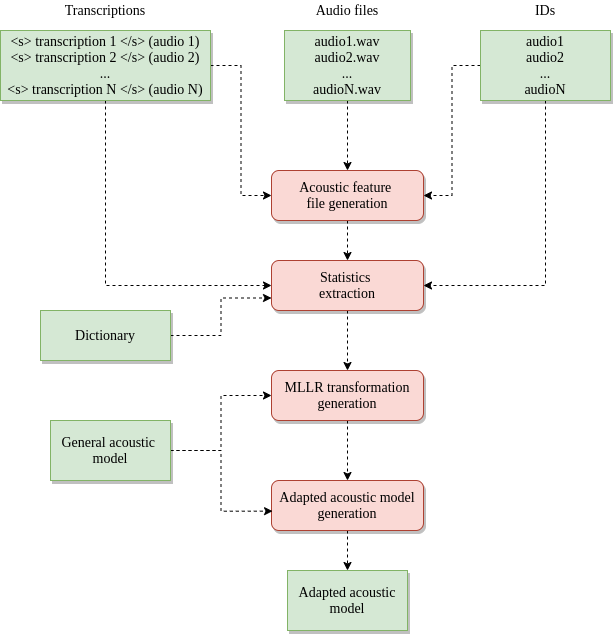
Before: acoustic_adaptation/acoustic_adaptation.png, a diagram exported from draw.io (PanosAntoniadis/personalized_asr). Source tidied: cells renumbered, new cells last; positions are measured from the earlier drawing's top-left corner, leaving out a move shared by most shapes.
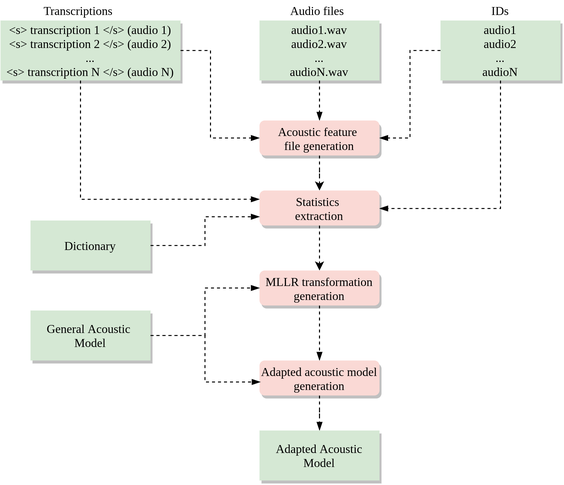
After the change.

What changed in the source:
```diff
@@ -2,88 +2,94 @@
   <root>
     <mxCell id="0" />
     <mxCell id="1" parent="0" />
-    <mxCell id="2" style="edgeStyle=orthogonalEdgeStyle;rounded=0;jettySize=auto;html=1;entryX=0;entryY=0.5;entryDx=0;entryDy=0;dashed=1;fontFamily=Verdana;fontSize=14;" parent="1" edge="1" source="4" target="14">
-      <mxGeometry relative="1" as="geometry" />
+    <mxCell id="2" style="edgeStyle=orthogonalEdgeStyle;rounded=0;jettySize=auto;html=1;entryX=0;entryY=0.5;entryDx=0;entryDy=0;dashed=1;fontFamily=Helvetica;fontSize=10;endArrow=blockThin;endFill=1;" parent="1" edge="1" source="4" target="14">
+      <mxGeometry relative="1" as="geometry">
+        <Array as="points">
+          <mxPoint x="145" y="30" />
+          <mxPoint x="145" y="118" />
+        </Array>
+      </mxGeometry>
     </mxCell>
-    <mxCell id="3" style="edgeStyle=orthogonalEdgeStyle;rounded=0;jettySize=auto;html=1;entryX=0;entryY=0.5;entryDx=0;entryDy=0;dashed=1;fontFamily=Verdana;fontSize=14;" parent="1" edge="1" source="4" target="16">
+    <mxCell id="3" style="edgeStyle=orthogonalEdgeStyle;rounded=0;jettySize=auto;html=1;entryX=0;entryY=0.25;entryDx=0;entryDy=0;dashed=1;fontFamily=Helvetica;fontSize=10;endArrow=blockThin;endFill=1;" parent="1" edge="1" source="4" target="16">
       <mxGeometry relative="1" as="geometry">
         <Array as="points">
-          <mxPoint x="105" y="285" />
+          <mxPoint x="15" y="179" />
         </Array>
       </mxGeometry>
     </mxCell>
-    <mxCell id="4" value="&amp;lt;s&amp;gt; transcription 1 &amp;lt;/s&amp;gt; (audio 1)&lt;br style=&quot;font-size: 14px;&quot;&gt;&amp;lt;s&amp;gt; transcription 2 &amp;lt;/s&amp;gt; (audio 2)&lt;br style=&quot;font-size: 14px;&quot;&gt;...&lt;br style=&quot;font-size: 14px;&quot;&gt;&amp;lt;s&amp;gt; transcription N &amp;lt;/s&amp;gt; (audio N)" style="rounded=0;whiteSpace=wrap;html=1;fillColor=#d5e8d4;strokeColor=#82b366;shadow=1;fontFamily=Verdana;fontSize=14;" parent="1" vertex="1">
-      <mxGeometry y="30" width="210" height="70" as="geometry" />
+    <mxCell id="4" value="&amp;lt;s&amp;gt; transcription 1 &amp;lt;/s&amp;gt; (audio 1)&lt;br style=&quot;font-size: 12px;&quot;&gt;&amp;lt;s&amp;gt; transcription 2 &amp;lt;/s&amp;gt; (audio 2)&lt;br style=&quot;font-size: 12px;&quot;&gt;...&lt;br style=&quot;font-size: 12px;&quot;&gt;&amp;lt;s&amp;gt; transcription N &amp;lt;/s&amp;gt; (audio N)" style="rounded=0;whiteSpace=wrap;html=1;fillColor=#d5e8d4;shadow=1;fontFamily=Times New Roman;fontSize=12;strokeColor=none;" parent="1" vertex="1">
+      <mxGeometry x="-65" width="180" height="60" as="geometry" />
     </mxCell>
-    <mxCell id="5" style="rounded=0;jettySize=auto;html=1;fontFamily=Verdana;fontSize=14;verticalAlign=middle;dashed=1;edgeStyle=orthogonalEdgeStyle;" parent="1" edge="1" source="6" target="14">
+    <mxCell id="5" style="rounded=0;jettySize=auto;html=1;fontFamily=Helvetica;fontSize=10;verticalAlign=middle;dashed=1;edgeStyle=orthogonalEdgeStyle;endArrow=blockThin;endFill=1;" parent="1" edge="1" source="6" target="14">
       <mxGeometry relative="1" as="geometry" />
     </mxCell>
-    <mxCell id="6" value="audio1.wav&lt;br style=&quot;font-size: 14px;&quot;&gt;audio2.wav&lt;br style=&quot;font-size: 14px;&quot;&gt;...&lt;br style=&quot;font-size: 14px;&quot;&gt;audioN.wav" style="rounded=0;whiteSpace=wrap;html=1;shadow=1;fillColor=#d5e8d4;fontFamily=Verdana;fontSize=14;strokeColor=#82b366;" parent="1" vertex="1">
-      <mxGeometry x="284" y="30" width="126" height="70" as="geometry" />
+    <mxCell id="6" value="audio1.wav&lt;br style=&quot;font-size: 12px;&quot;&gt;audio2.wav&lt;br style=&quot;font-size: 12px;&quot;&gt;...&lt;br style=&quot;font-size: 12px;&quot;&gt;audioN.wav" style="rounded=0;whiteSpace=wrap;html=1;shadow=1;fillColor=#d5e8d4;fontFamily=Times New Roman;fontSize=12;strokeColor=none;" parent="1" vertex="1">
+      <mxGeometry x="194" width="120" height="60" as="geometry" />
     </mxCell>
-    <mxCell id="7" style="edgeStyle=orthogonalEdgeStyle;rounded=0;jettySize=auto;html=1;entryX=1;entryY=0.5;entryDx=0;entryDy=0;dashed=1;fontFamily=Verdana;fontSize=14;" parent="1" edge="1" source="9" target="14">
+    <mxCell id="7" style="edgeStyle=orthogonalEdgeStyle;rounded=0;jettySize=auto;html=1;entryX=1;entryY=0.5;entryDx=0;entryDy=0;dashed=1;fontFamily=Helvetica;fontSize=10;endArrow=blockThin;endFill=1;" parent="1" edge="1" source="9" target="14">
       <mxGeometry relative="1" as="geometry" />
     </mxCell>
-    <mxCell id="8" style="edgeStyle=orthogonalEdgeStyle;rounded=0;jettySize=auto;html=1;entryX=1;entryY=0.5;entryDx=0;entryDy=0;dashed=1;fontFamily=Verdana;fontSize=14;" parent="1" edge="1" source="9" target="16">
+    <mxCell id="8" style="edgeStyle=orthogonalEdgeStyle;rounded=0;jettySize=auto;html=1;entryX=1;entryY=0.5;entryDx=0;entryDy=0;dashed=1;fontFamily=Helvetica;fontSize=10;endArrow=blockThin;endFill=1;" parent="1" edge="1" source="9" target="16">
       <mxGeometry relative="1" as="geometry">
         <Array as="points">
-          <mxPoint x="545" y="285" />
+          <mxPoint x="435" y="188" />
+          <mxPoint x="314" y="188" />
         </Array>
       </mxGeometry>
     </mxCell>
-    <mxCell id="9" value="audio1&lt;br style=&quot;font-size: 14px;&quot;&gt;audio2&lt;br style=&quot;font-size: 14px;&quot;&gt;...&lt;br style=&quot;font-size: 14px;&quot;&gt;audioN" style="rounded=0;whiteSpace=wrap;html=1;shadow=1;fillColor=#d5e8d4;fontFamily=Verdana;fontSize=14;strokeColor=#82b366;" parent="1" vertex="1">
-      <mxGeometry x="480" y="30" width="130" height="70" as="geometry" />
+    <mxCell id="9" value="audio1&lt;br style=&quot;font-size: 12px;&quot;&gt;audio2&lt;br style=&quot;font-size: 12px;&quot;&gt;...&lt;br style=&quot;font-size: 12px;&quot;&gt;audioN" style="rounded=0;whiteSpace=wrap;html=1;shadow=1;fillColor=#d5e8d4;fontFamily=Times New Roman;fontSize=12;strokeColor=none;" parent="1" vertex="1">
+      <mxGeometry x="375" width="120" height="60" as="geometry" />
     </mxCell>
-    <mxCell id="10" value="Transcriptions" style="text;html=1;strokeColor=none;fillColor=none;align=center;verticalAlign=middle;whiteSpace=wrap;rounded=0;shadow=1;fontFamily=Verdana;fontSize=14;" parent="1" vertex="1">
-      <mxGeometry x="50" width="110" height="20" as="geometry" />
+    <mxCell id="10" value="Transcriptions" style="text;html=1;strokeColor=none;fillColor=none;align=center;verticalAlign=middle;whiteSpace=wrap;rounded=0;shadow=1;fontFamily=Times New Roman;fontSize=12;" parent="1" vertex="1">
+      <mxGeometry x="-42" y="-20" width="110" height="20" as="geometry" />
     </mxCell>
-    <mxCell id="11" value="Audio files" style="text;html=1;strokeColor=none;fillColor=none;align=center;verticalAlign=middle;whiteSpace=wrap;rounded=0;shadow=1;fontFamily=Verdana;fontSize=14;" parent="1" vertex="1">
-      <mxGeometry x="292" width="110" height="20" as="geometry" />
+    <mxCell id="11" value="Audio files" style="text;html=1;strokeColor=none;fillColor=none;align=center;verticalAlign=middle;whiteSpace=wrap;rounded=0;shadow=1;fontFamily=Times New Roman;fontSize=12;" parent="1" vertex="1">
+      <mxGeometry x="197" y="-20" width="110" height="20" as="geometry" />
     </mxCell>
-    <mxCell id="12" value="IDs" style="text;html=1;strokeColor=none;fillColor=none;align=center;verticalAlign=middle;whiteSpace=wrap;rounded=0;shadow=1;fontFamily=Verdana;fontSize=14;" parent="1" vertex="1">
-      <mxGeometry x="490" width="110" height="20" as="geometry" />
+    <mxCell id="12" value="IDs" style="text;html=1;strokeColor=none;fillColor=none;align=center;verticalAlign=middle;whiteSpace=wrap;rounded=0;shadow=1;fontFamily=Times New Roman;fontSize=12;" parent="1" vertex="1">
+      <mxGeometry x="380" y="-20" width="110" height="20" as="geometry" />
     </mxCell>
-    <mxCell id="13" style="edgeStyle=orthogonalEdgeStyle;rounded=0;jettySize=auto;html=1;entryX=0.5;entryY=0;entryDx=0;entryDy=0;dashed=1;fontFamily=Verdana;fontSize=14;" parent="1" edge="1" source="14" target="16">
+    <mxCell id="13" style="edgeStyle=orthogonalEdgeStyle;rounded=0;jettySize=auto;html=1;entryX=0.5;entryY=0;entryDx=0;entryDy=0;dashed=1;fontFamily=Helvetica;fontSize=10;" parent="1" edge="1" source="14" target="16">
       <mxGeometry relative="1" as="geometry" />
     </mxCell>
-    <mxCell id="14" value="Acoustic feature &lt;br style=&quot;font-size: 14px;&quot;&gt;file generation" style="rounded=1;whiteSpace=wrap;html=1;shadow=1;fillColor=#fad9d5;fontFamily=Verdana;fontSize=14;strokeColor=#ae4132;" parent="1" vertex="1">
-      <mxGeometry x="271" y="170" width="152" height="50" as="geometry" />
+    <mxCell id="14" value="Acoustic feature &lt;br style=&quot;font-size: 12px;&quot;&gt;file generation" style="rounded=1;whiteSpace=wrap;html=1;shadow=1;fillColor=#fad9d5;fontFamily=Times New Roman;fontSize=12;strokeColor=none;" parent="1" vertex="1">
+      <mxGeometry x="194" y="100" width="120" height="35" as="geometry" />
     </mxCell>
-    <mxCell id="15" style="edgeStyle=orthogonalEdgeStyle;rounded=0;jettySize=auto;html=1;entryX=0.5;entryY=0;entryDx=0;entryDy=0;dashed=1;fontFamily=Verdana;fontSize=14;" parent="1" edge="1" source="16" target="18">
+    <mxCell id="15" style="edgeStyle=orthogonalEdgeStyle;rounded=0;jettySize=auto;html=1;entryX=0.5;entryY=0;entryDx=0;entryDy=0;dashed=1;fontFamily=Helvetica;fontSize=10;" parent="1" edge="1" source="16" target="18">
       <mxGeometry relative="1" as="geometry" />
     </mxCell>
-    <mxCell id="16" value="Statistics &lt;br style=&quot;font-size: 14px;&quot;&gt;extraction" style="rounded=1;whiteSpace=wrap;html=1;shadow=1;fillColor=#fad9d5;fontFamily=Verdana;fontSize=14;strokeColor=#ae4132;" parent="1" vertex="1">
-      <mxGeometry x="271" y="260" width="152" height="50" as="geometry" />
+    <mxCell id="16" value="Statistics &lt;br style=&quot;font-size: 12px;&quot;&gt;extraction" style="rounded=1;whiteSpace=wrap;html=1;shadow=1;fillColor=#fad9d5;fontFamily=Times New Roman;fontSize=12;strokeColor=none;" parent="1" vertex="1">
+      <mxGeometry x="194" y="170" width="120" height="35" as="geometry" />
     </mxCell>
-    <mxCell id="17" style="edgeStyle=orthogonalEdgeStyle;rounded=0;jettySize=auto;html=1;dashed=1;fontFamily=Verdana;fontSize=14;" parent="1" edge="1" source="18" target="20">
+    <mxCell id="17" style="edgeStyle=orthogonalEdgeStyle;rounded=0;jettySize=auto;html=1;dashed=1;fontFamily=Helvetica;fontSize=10;endArrow=blockThin;endFill=1;" parent="1" edge="1" source="18" target="20">
       <mxGeometry relative="1" as="geometry" />
     </mxCell>
-    <mxCell id="18" value="MLLR transformation generation" style="rounded=1;whiteSpace=wrap;html=1;shadow=1;fillColor=#fad9d5;fontFamily=Verdana;fontSize=14;strokeColor=#ae4132;" parent="1" vertex="1">
-      <mxGeometry x="271" y="370" width="152" height="50" as="geometry" />
+    <mxCell id="18" value="MLLR transformation generation" style="rounded=1;whiteSpace=wrap;html=1;shadow=1;fillColor=#fad9d5;fontFamily=Times New Roman;fontSize=12;strokeColor=none;" parent="1" vertex="1">
+      <mxGeometry x="194" y="250" width="120" height="35" as="geometry" />
     </mxCell>
-    <mxCell id="19" style="edgeStyle=orthogonalEdgeStyle;rounded=0;jettySize=auto;html=1;dashed=1;fontFamily=Verdana;fontSize=14;" parent="1" edge="1" source="20" target="26">
-      <mxGeometry relative="1" as="geometry" />
-    </mxCell>
+    <mxCell id="27" style="edgeStyle=orthogonalEdgeStyle;rounded=0;jettySize=auto;html=1;dashed=1;fontFamily=Helvetica;fontSize=10;endArrow=blockThin;endFill=1;" parent="1" edge="1" source="20" target="31">
+      <mxGeometry relative="1" as="geometry" />
+    </mxCell>
-    <mxCell id="20" value="Adapted acoustic model generation" style="rounded=1;whiteSpace=wrap;html=1;shadow=1;fillColor=#fad9d5;fontFamily=Verdana;fontSize=14;strokeColor=#ae4132;" parent="1" vertex="1">
-      <mxGeometry x="271" y="480" width="152" height="50" as="geometry" />
+    <mxCell id="20" value="Adapted acoustic model generation" style="rounded=1;whiteSpace=wrap;html=1;shadow=1;fillColor=#fad9d5;fontFamily=Times New Roman;fontSize=12;strokeColor=none;" parent="1" vertex="1">
+      <mxGeometry x="194" y="340" width="120" height="35" as="geometry" />
     </mxCell>
-    <mxCell id="21" style="edgeStyle=orthogonalEdgeStyle;rounded=0;jettySize=auto;html=1;entryX=0;entryY=0.75;entryDx=0;entryDy=0;dashed=1;fontFamily=Verdana;fontSize=14;" parent="1" edge="1" source="22" target="16">
+    <mxCell id="21" style="edgeStyle=orthogonalEdgeStyle;rounded=0;jettySize=auto;html=1;entryX=0;entryY=0.75;entryDx=0;entryDy=0;dashed=1;fontFamily=Helvetica;fontSize=10;endArrow=blockThin;endFill=1;" parent="1" edge="1" source="22" target="16">
       <mxGeometry relative="1" as="geometry" />
     </mxCell>
-    <mxCell id="22" value="Dictionary" style="rounded=0;whiteSpace=wrap;html=1;shadow=1;fillColor=#d5e8d4;fontFamily=Verdana;fontSize=14;strokeColor=#82b366;" parent="1" vertex="1">
-      <mxGeometry x="40" y="310" width="130" height="50" as="geometry" />
+    <mxCell id="22" value="Dictionary" style="rounded=0;whiteSpace=wrap;html=1;shadow=1;fillColor=#d5e8d4;fontFamily=Times New Roman;fontSize=12;strokeColor=none;" parent="1" vertex="1">
+      <mxGeometry x="-35" y="200" width="120" height="50" as="geometry" />
     </mxCell>
-    <mxCell id="23" style="edgeStyle=orthogonalEdgeStyle;rounded=0;jettySize=auto;html=1;entryX=0;entryY=0.5;entryDx=0;entryDy=0;dashed=1;fontFamily=Verdana;fontSize=14;" parent="1" edge="1" source="25" target="18">
-      <mxGeometry relative="1" as="geometry" />
-    </mxCell>
-    <mxCell id="24" style="edgeStyle=orthogonalEdgeStyle;rounded=0;jettySize=auto;html=1;exitX=1;exitY=0.5;exitDx=0;exitDy=0;entryX=0.007;entryY=0.613;entryDx=0;entryDy=0;entryPerimeter=0;dashed=1;fontFamily=Verdana;fontSize=14;" parent="1" edge="1" source="25" target="20">
-      <mxGeometry relative="1" as="geometry" />
-    </mxCell>
-    <mxCell id="25" value="General acoustic &lt;br style=&quot;font-size: 14px&quot;&gt;model" style="rounded=0;whiteSpace=wrap;html=1;shadow=1;fillColor=#d5e8d4;fontFamily=Verdana;fontSize=14;strokeColor=#82b366;" parent="1" vertex="1">
-      <mxGeometry x="50" y="420" width="120" height="60" as="geometry" />
-    </mxCell>
-    <mxCell id="26" value="Adapted acoustic model" style="rounded=0;whiteSpace=wrap;html=1;shadow=1;fillColor=#d5e8d4;fontFamily=Verdana;fontSize=14;strokeColor=#82b366;" parent="1" vertex="1">
-      <mxGeometry x="287" y="570" width="120" height="60" as="geometry" />
-    </mxCell>
+    <mxCell id="28" style="edgeStyle=orthogonalEdgeStyle;rounded=0;jettySize=auto;html=1;entryX=0;entryY=0.5;entryDx=0;entryDy=0;dashed=1;fontFamily=Helvetica;fontSize=10;endArrow=blockThin;endFill=1;" parent="1" edge="1" source="30" target="18">
+      <mxGeometry relative="1" as="geometry" />
+    </mxCell>
+    <mxCell id="29" style="edgeStyle=orthogonalEdgeStyle;rounded=0;jettySize=auto;html=1;exitX=1;exitY=0.5;exitDx=0;exitDy=0;entryX=0.007;entryY=0.613;entryDx=0;entryDy=0;entryPerimeter=0;dashed=1;fontFamily=Helvetica;fontSize=10;endArrow=blockThin;endFill=1;" parent="1" edge="1" source="30" target="20">
+      <mxGeometry relative="1" as="geometry" />
+    </mxCell>
+    <mxCell id="30" value="General Acoustic &lt;br style=&quot;font-size: 12px&quot;&gt;Model" style="rounded=0;whiteSpace=wrap;html=1;shadow=1;fillColor=#d5e8d4;fontFamily=Times New Roman;fontSize=12;strokeColor=none;" parent="1" vertex="1">
+      <mxGeometry x="-35" y="290" width="120" height="50" as="geometry" />
+    </mxCell>
+    <mxCell id="31" value="Adapted Acoustic Model" style="rounded=0;whiteSpace=wrap;html=1;shadow=1;fillColor=#d5e8d4;fontFamily=Times New Roman;fontSize=12;strokeColor=none;" parent="1" vertex="1">
+      <mxGeometry x="194" y="410" width="120" height="50" as="geometry" />
+    </mxCell>
   </root>
 </mxGraphModel>
```
